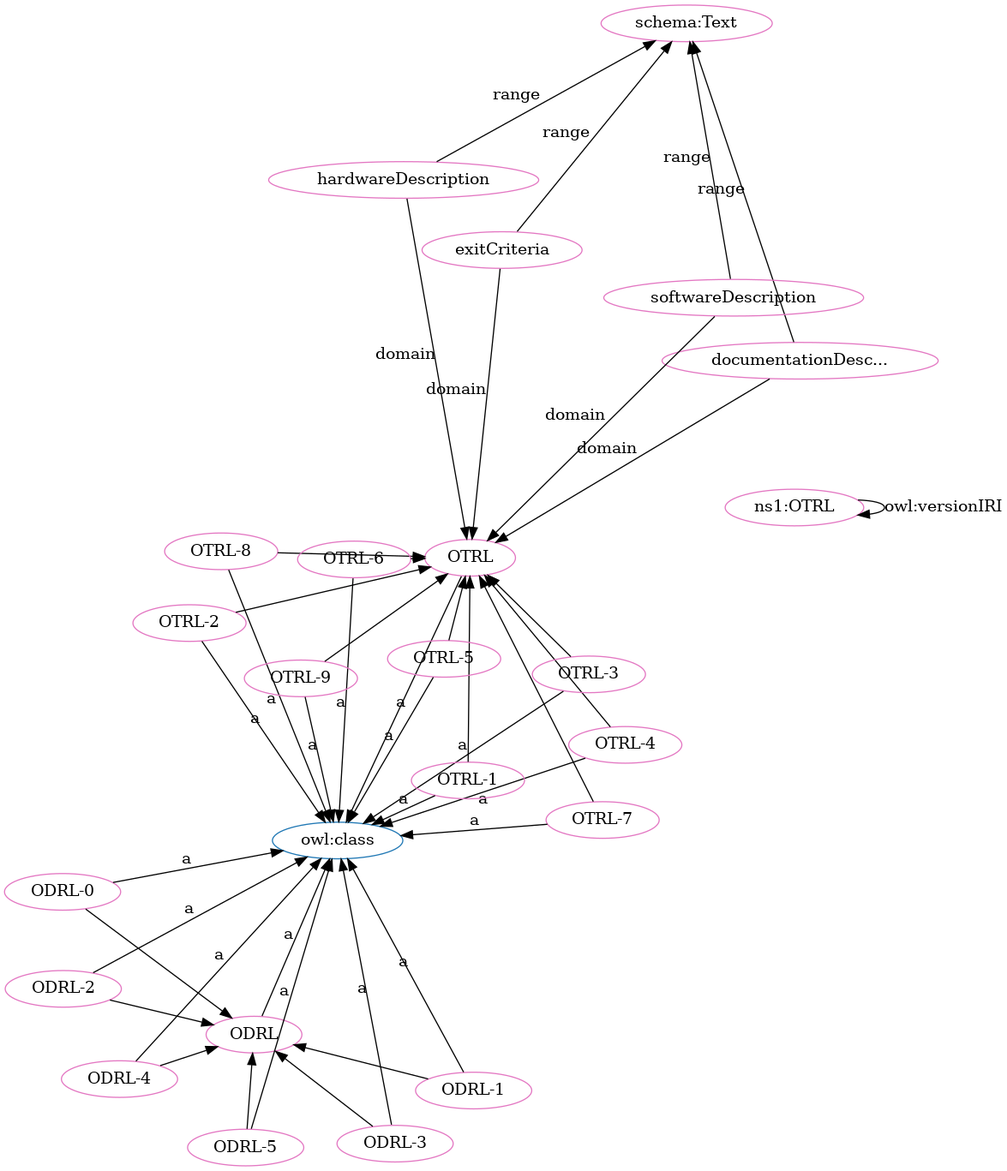
The Graphviz diagram OTRL-clean.png in OPEN-NEXT/OKH-LOSH, before a commit. Its source is kept beside it as OTRL-clean.dot.
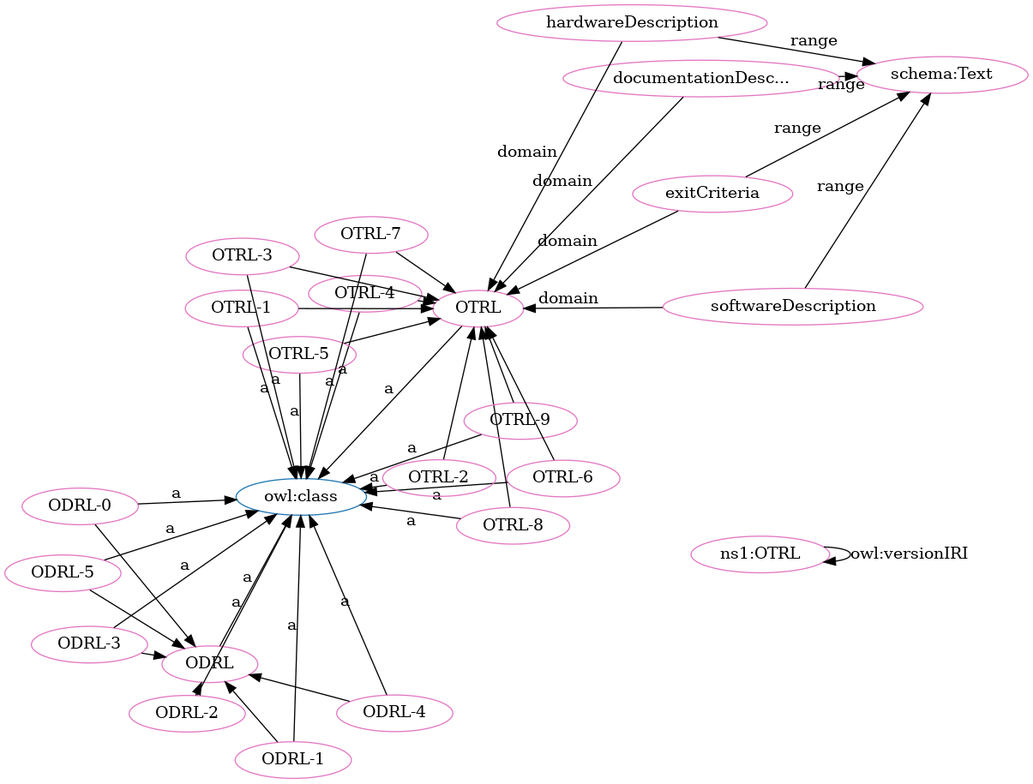
The same diagram one commit later.

Diff of the diagram source:
```diff
@@ -1,71 +1,71 @@
 digraph G {
   rankdir=BT
   node[height=.3]
+"http://purl.org/oseg/ontologies/OTRL#ODRL" [fillcolor="#1f77b4" color="#1f77b4" label="ODRL"]
+"http://purl.org/oseg/ontologies/OTRL#OTRL" [fillcolor="#1f77b4" color="#1f77b4" label="OTRL"]
 "http://www.w3.org/2002/07/owl#class" [fillcolor="#1f77b4" color="#1f77b4" label="owl:class"]
-"http://purl.org/oseg/ontologies/OTRL#OTRL" [fillcolor="#1f77b4" color="#1f77b4" label="OTRL"]
-"http://purl.org/oseg/ontologies/OTRL#ODRL" [fillcolor="#1f77b4" color="#1f77b4" label="ODRL"]
 "http://purl.org/oseg/ontologies/OTRL#OTRL" [fillcolor="#e377c2" color="#e377c2" label="OTRL"]
+"http://schema.org/Text" [fillcolor="#e377c2" color="#e377c2" label="schema:Text"]
+"http://purl.org/oseg/ontologies/OTRL#documentationDescription" [fillcolor="#e377c2" color="#e377c2" label="documentationDesc..."]
+"http://purl.org/oseg/ontologies/OTRL#ODRL" [fillcolor="#e377c2" color="#e377c2" label="ODRL"]
+"http://purl.org/oseg/ontologies/OTRL#OTRL-4" [fillcolor="#e377c2" color="#e377c2" label="OTRL-4"]
+"http://purl.org/oseg/ontologies/OTRL#ODRL-5" [fillcolor="#e377c2" color="#e377c2" label="ODRL-5"]
 "http://purl.org/oseg/ontologies/OTRL#exitCriteria" [fillcolor="#e377c2" color="#e377c2" label="exitCriteria"]
-"http://purl.org/oseg/ontologies/OTRL#ODRL" [fillcolor="#e377c2" color="#e377c2" label="ODRL"]
-"http://purl.org/oseg/ontologies/OTRL#OTRL-7" [fillcolor="#e377c2" color="#e377c2" label="OTRL-7"]
-"http://purl.org/oseg/ontologies/OTRL#ODRL-2" [fillcolor="#e377c2" color="#e377c2" label="ODRL-2"]
-"http://purl.org/oseg/ontologies/OTRL#documentationDescription" [fillcolor="#e377c2" color="#e377c2" label="documentationDesc..."]
-"http://schema.org/Text" [fillcolor="#e377c2" color="#e377c2" label="schema:Text"]
 "http://purl.org/oseg/ontologies/OTRL" [fillcolor="#e377c2" color="#e377c2" label="ns1:OTRL"]
-"http://purl.org/oseg/ontologies/OTRL#ODRL-1" [fillcolor="#e377c2" color="#e377c2" label="ODRL-1"]
-"http://purl.org/oseg/ontologies/OTRL#OTRL-4" [fillcolor="#e377c2" color="#e377c2" label="OTRL-4"]
-"http://purl.org/oseg/ontologies/OTRL#hardwareDescription" [fillcolor="#e377c2" color="#e377c2" label="hardwareDescription"]
-"http://purl.org/oseg/ontologies/OTRL#ODRL-0" [fillcolor="#e377c2" color="#e377c2" label="ODRL-0"]
-"http://purl.org/oseg/ontologies/OTRL#OTRL-3" [fillcolor="#e377c2" color="#e377c2" label="OTRL-3"]
-"http://purl.org/oseg/ontologies/OTRL#OTRL-1" [fillcolor="#e377c2" color="#e377c2" label="OTRL-1"]
-"http://purl.org/oseg/ontologies/OTRL#OTRL-8" [fillcolor="#e377c2" color="#e377c2" label="OTRL-8"]
-"http://purl.org/oseg/ontologies/OTRL#OTRL-2" [fillcolor="#e377c2" color="#e377c2" label="OTRL-2"]
-"http://purl.org/oseg/ontologies/OTRL#ODRL-3" [fillcolor="#e377c2" color="#e377c2" label="ODRL-3"]
-"http://purl.org/oseg/ontologies/OTRL#OTRL-6" [fillcolor="#e377c2" color="#e377c2" label="OTRL-6"]
 "http://purl.org/oseg/ontologies/OTRL#softwareDescription" [fillcolor="#e377c2" color="#e377c2" label="softwareDescription"]
 "http://purl.org/oseg/ontologies/OTRL#OTRL-5" [fillcolor="#e377c2" color="#e377c2" label="OTRL-5"]
 "http://purl.org/oseg/ontologies/OTRL#ODRL-4" [fillcolor="#e377c2" color="#e377c2" label="ODRL-4"]
-"http://purl.org/oseg/ontologies/OTRL#ODRL-5" [fillcolor="#e377c2" color="#e377c2" label="ODRL-5"]
+"http://purl.org/oseg/ontologies/OTRL#OTRL-7" [fillcolor="#e377c2" color="#e377c2" label="OTRL-7"]
+"http://purl.org/oseg/ontologies/OTRL#OTRL-8" [fillcolor="#e377c2" color="#e377c2" label="OTRL-8"]
+"http://purl.org/oseg/ontologies/OTRL#ODRL-1" [fillcolor="#e377c2" color="#e377c2" label="ODRL-1"]
 "http://purl.org/oseg/ontologies/OTRL#OTRL-9" [fillcolor="#e377c2" color="#e377c2" label="OTRL-9"]
-  "http://purl.org/oseg/ontologies/OTRL#OTRL-5" -> "http://purl.org/oseg/ontologies/OTRL#OTRL" [label=""]
-  "http://purl.org/oseg/ontologies/OTRL#ODRL-1" -> "http://purl.org/oseg/ontologies/OTRL#ODRL" [label=""]
-  "http://purl.org/oseg/ontologies/OTRL#OTRL-7" -> "http://www.w3.org/2002/07/owl#class" [label="a"]
-  "http://purl.org/oseg/ontologies/OTRL#ODRL-2" -> "http://www.w3.org/2002/07/owl#class" [label="a"]
-  "http://purl.org/oseg/ontologies/OTRL#hardwareDescription" -> "http://schema.org/Text" [label="range"]
-  "http://purl.org/oseg/ontologies/OTRL#ODRL-2" -> "http://purl.org/oseg/ontologies/OTRL#ODRL" [label=""]
-  "http://purl.org/oseg/ontologies/OTRL#OTRL-9" -> "http://purl.org/oseg/ontologies/OTRL#OTRL" [label=""]
+"http://purl.org/oseg/ontologies/OTRL#hardwareDescription" [fillcolor="#e377c2" color="#e377c2" label="hardwareDescription"]
+"http://purl.org/oseg/ontologies/OTRL#ODRL-2" [fillcolor="#e377c2" color="#e377c2" label="ODRL-2"]
+"http://purl.org/oseg/ontologies/OTRL#OTRL-6" [fillcolor="#e377c2" color="#e377c2" label="OTRL-6"]
+"http://purl.org/oseg/ontologies/OTRL#OTRL-2" [fillcolor="#e377c2" color="#e377c2" label="OTRL-2"]
+"http://purl.org/oseg/ontologies/OTRL#OTRL-1" [fillcolor="#e377c2" color="#e377c2" label="OTRL-1"]
+"http://purl.org/oseg/ontologies/OTRL#ODRL-3" [fillcolor="#e377c2" color="#e377c2" label="ODRL-3"]
+"http://purl.org/oseg/ontologies/OTRL#ODRL-0" [fillcolor="#e377c2" color="#e377c2" label="ODRL-0"]
+"http://purl.org/oseg/ontologies/OTRL#OTRL-3" [fillcolor="#e377c2" color="#e377c2" label="OTRL-3"]
+  "http://purl.org/oseg/ontologies/OTRL#OTRL-1" -> "http://purl.org/oseg/ontologies/OTRL#OTRL" [label=""]
   "http://purl.org/oseg/ontologies/OTRL#OTRL-4" -> "http://www.w3.org/2002/07/owl#class" [label="a"]
-  "http://purl.org/oseg/ontologies/OTRL#documentationDescription" -> "http://purl.org/oseg/ontologies/OTRL#OTRL" [label="domain"]
-  "http://purl.org/oseg/ontologies/OTRL#OTRL-7" -> "http://purl.org/oseg/ontologies/OTRL#OTRL" [label=""]
-  "http://purl.org/oseg/ontologies/OTRL#OTRL-2" -> "http://www.w3.org/2002/07/owl#class" [label="a"]
-  "http://purl.org/oseg/ontologies/OTRL#ODRL-3" -> "http://www.w3.org/2002/07/owl#class" [label="a"]
-  "http://purl.org/oseg/ontologies/OTRL#ODRL-0" -> "http://purl.org/oseg/ontologies/OTRL#ODRL" [label=""]
-  "http://purl.org/oseg/ontologies/OTRL#OTRL-6" -> "http://www.w3.org/2002/07/owl#class" [label="a"]
-  "http://purl.org/oseg/ontologies/OTRL#ODRL-4" -> "http://www.w3.org/2002/07/owl#class" [label="a"]
-  "http://purl.org/oseg/ontologies/OTRL#OTRL-1" -> "http://purl.org/oseg/ontologies/OTRL#OTRL" [label=""]
-  "http://purl.org/oseg/ontologies/OTRL#softwareDescription" -> "http://purl.org/oseg/ontologies/OTRL#OTRL" [label="domain"]
   "http://purl.org/oseg/ontologies/OTRL#OTRL-8" -> "http://purl.org/oseg/ontologies/OTRL#OTRL" [label=""]
   "http://purl.org/oseg/ontologies/OTRL#ODRL-5" -> "http://www.w3.org/2002/07/owl#class" [label="a"]
-  "http://purl.org/oseg/ontologies/OTRL#OTRL-9" -> "http://www.w3.org/2002/07/owl#class" [label="a"]
-  "http://purl.org/oseg/ontologies/OTRL" -> "http://purl.org/oseg/ontologies/OTRL" [label="owl:versionIRI"]
-  "http://purl.org/oseg/ontologies/OTRL#ODRL-5" -> "http://purl.org/oseg/ontologies/OTRL#ODRL" [label=""]
+  "http://purl.org/oseg/ontologies/OTRL#hardwareDescription" -> "http://purl.org/oseg/ontologies/OTRL#OTRL" [label="domain"]
+  "http://purl.org/oseg/ontologies/OTRL#OTRL-6" -> "http://purl.org/oseg/ontologies/OTRL#OTRL" [label=""]
+  "http://purl.org/oseg/ontologies/OTRL#OTRL-4" -> "http://purl.org/oseg/ontologies/OTRL#OTRL" [label=""]
+  "http://purl.org/oseg/ontologies/OTRL#ODRL-0" -> "http://purl.org/oseg/ontologies/OTRL#ODRL" [label=""]
+  "http://purl.org/oseg/ontologies/OTRL#OTRL-7" -> "http://www.w3.org/2002/07/owl#class" [label="a"]
+  "http://purl.org/oseg/ontologies/OTRL#ODRL-1" -> "http://purl.org/oseg/ontologies/OTRL#ODRL" [label=""]
+  "http://purl.org/oseg/ontologies/OTRL#ODRL-2" -> "http://purl.org/oseg/ontologies/OTRL#ODRL" [label=""]
+  "http://purl.org/oseg/ontologies/OTRL#OTRL-3" -> "http://purl.org/oseg/ontologies/OTRL#OTRL" [label=""]
+  "http://purl.org/oseg/ontologies/OTRL#OTRL-8" -> "http://www.w3.org/2002/07/owl#class" [label="a"]
+  "http://purl.org/oseg/ontologies/OTRL#ODRL-1" -> "http://www.w3.org/2002/07/owl#class" [label="a"]
+  "http://purl.org/oseg/ontologies/OTRL#hardwareDescription" -> "http://schema.org/Text" [label="range"]
+  "http://purl.org/oseg/ontologies/OTRL#ODRL-2" -> "http://www.w3.org/2002/07/owl#class" [label="a"]
+  "http://purl.org/oseg/ontologies/OTRL#OTRL-6" -> "http://www.w3.org/2002/07/owl#class" [label="a"]
   "http://purl.org/oseg/ontologies/OTRL#exitCriteria" -> "http://purl.org/oseg/ontologies/OTRL#OTRL" [label="domain"]
-  "http://purl.org/oseg/ontologies/OTRL#OTRL-2" -> "http://purl.org/oseg/ontologies/OTRL#OTRL" [label=""]
-  "http://purl.org/oseg/ontologies/OTRL#exitCriteria" -> "http://schema.org/Text" [label="range"]
-  "http://purl.org/oseg/ontologies/OTRL#ODRL-1" -> "http://www.w3.org/2002/07/owl#class" [label="a"]
-  "http://purl.org/oseg/ontologies/OTRL#ODRL-0" -> "http://www.w3.org/2002/07/owl#class" [label="a"]
+  "http://purl.org/oseg/ontologies/OTRL#softwareDescription" -> "http://schema.org/Text" [label="range"]
+  "http://purl.org/oseg/ontologies/OTRL#OTRL-2" -> "http://www.w3.org/2002/07/owl#class" [label="a"]
   "http://purl.org/oseg/ontologies/OTRL#OTRL-3" -> "http://www.w3.org/2002/07/owl#class" [label="a"]
-  "http://purl.org/oseg/ontologies/OTRL#OTRL-1" -> "http://www.w3.org/2002/07/owl#class" [label="a"]
-  "http://purl.org/oseg/ontologies/OTRL#OTRL-8" -> "http://www.w3.org/2002/07/owl#class" [label="a"]
-  "http://purl.org/oseg/ontologies/OTRL#softwareDescription" -> "http://schema.org/Text" [label="range"]
-  "http://purl.org/oseg/ontologies/OTRL#OTRL-6" -> "http://purl.org/oseg/ontologies/OTRL#OTRL" [label=""]
-  "http://purl.org/oseg/ontologies/OTRL#OTRL" -> "http://www.w3.org/2002/07/owl#class" [label="a"]
-  "http://purl.org/oseg/ontologies/OTRL#hardwareDescription" -> "http://purl.org/oseg/ontologies/OTRL#OTRL" [label="domain"]
-  "http://purl.org/oseg/ontologies/OTRL#ODRL-3" -> "http://purl.org/oseg/ontologies/OTRL#ODRL" [label=""]
-  "http://purl.org/oseg/ontologies/OTRL#OTRL-5" -> "http://www.w3.org/2002/07/owl#class" [label="a"]
-  "http://purl.org/oseg/ontologies/OTRL#OTRL-4" -> "http://purl.org/oseg/ontologies/OTRL#OTRL" [label=""]
-  "http://purl.org/oseg/ontologies/OTRL#OTRL-3" -> "http://purl.org/oseg/ontologies/OTRL#OTRL" [label=""]
-  "http://purl.org/oseg/ontologies/OTRL#ODRL" -> "http://www.w3.org/2002/07/owl#class" [label="a"]
   "http://purl.org/oseg/ontologies/OTRL#documentationDescription" -> "http://schema.org/Text" [label="range"]
   "http://purl.org/oseg/ontologies/OTRL#ODRL-4" -> "http://purl.org/oseg/ontologies/OTRL#ODRL" [label=""]
+  "http://purl.org/oseg/ontologies/OTRL#documentationDescription" -> "http://purl.org/oseg/ontologies/OTRL#OTRL" [label="domain"]
+  "http://purl.org/oseg/ontologies/OTRL#ODRL" -> "http://www.w3.org/2002/07/owl#class" [label="a"]
+  "http://purl.org/oseg/ontologies/OTRL#OTRL-9" -> "http://purl.org/oseg/ontologies/OTRL#OTRL" [label=""]
+  "http://purl.org/oseg/ontologies/OTRL#OTRL-5" -> "http://www.w3.org/2002/07/owl#class" [label="a"]
+  "http://purl.org/oseg/ontologies/OTRL#ODRL-4" -> "http://www.w3.org/2002/07/owl#class" [label="a"]
+  "http://purl.org/oseg/ontologies/OTRL" -> "http://purl.org/oseg/ontologies/OTRL" [label="owl:versionIRI"]
+  "http://purl.org/oseg/ontologies/OTRL#OTRL-7" -> "http://purl.org/oseg/ontologies/OTRL#OTRL" [label=""]
+  "http://purl.org/oseg/ontologies/OTRL#OTRL-5" -> "http://purl.org/oseg/ontologies/OTRL#OTRL" [label=""]
+  "http://purl.org/oseg/ontologies/OTRL#ODRL-5" -> "http://purl.org/oseg/ontologies/OTRL#ODRL" [label=""]
+  "http://purl.org/oseg/ontologies/OTRL#OTRL-9" -> "http://www.w3.org/2002/07/owl#class" [label="a"]
+  "http://purl.org/oseg/ontologies/OTRL#exitCriteria" -> "http://schema.org/Text" [label="range"]
+  "http://purl.org/oseg/ontologies/OTRL#OTRL" -> "http://www.w3.org/2002/07/owl#class" [label="a"]
+  "http://purl.org/oseg/ontologies/OTRL#ODRL-3" -> "http://purl.org/oseg/ontologies/OTRL#ODRL" [label=""]
+  "http://purl.org/oseg/ontologies/OTRL#softwareDescription" -> "http://purl.org/oseg/ontologies/OTRL#OTRL" [label="domain"]
+  "http://purl.org/oseg/ontologies/OTRL#OTRL-1" -> "http://www.w3.org/2002/07/owl#class" [label="a"]
+  "http://purl.org/oseg/ontologies/OTRL#OTRL-2" -> "http://purl.org/oseg/ontologies/OTRL#OTRL" [label=""]
+  "http://purl.org/oseg/ontologies/OTRL#ODRL-3" -> "http://www.w3.org/2002/07/owl#class" [label="a"]
+  "http://purl.org/oseg/ontologies/OTRL#ODRL-0" -> "http://www.w3.org/2002/07/owl#class" [label="a"]
 }
```
